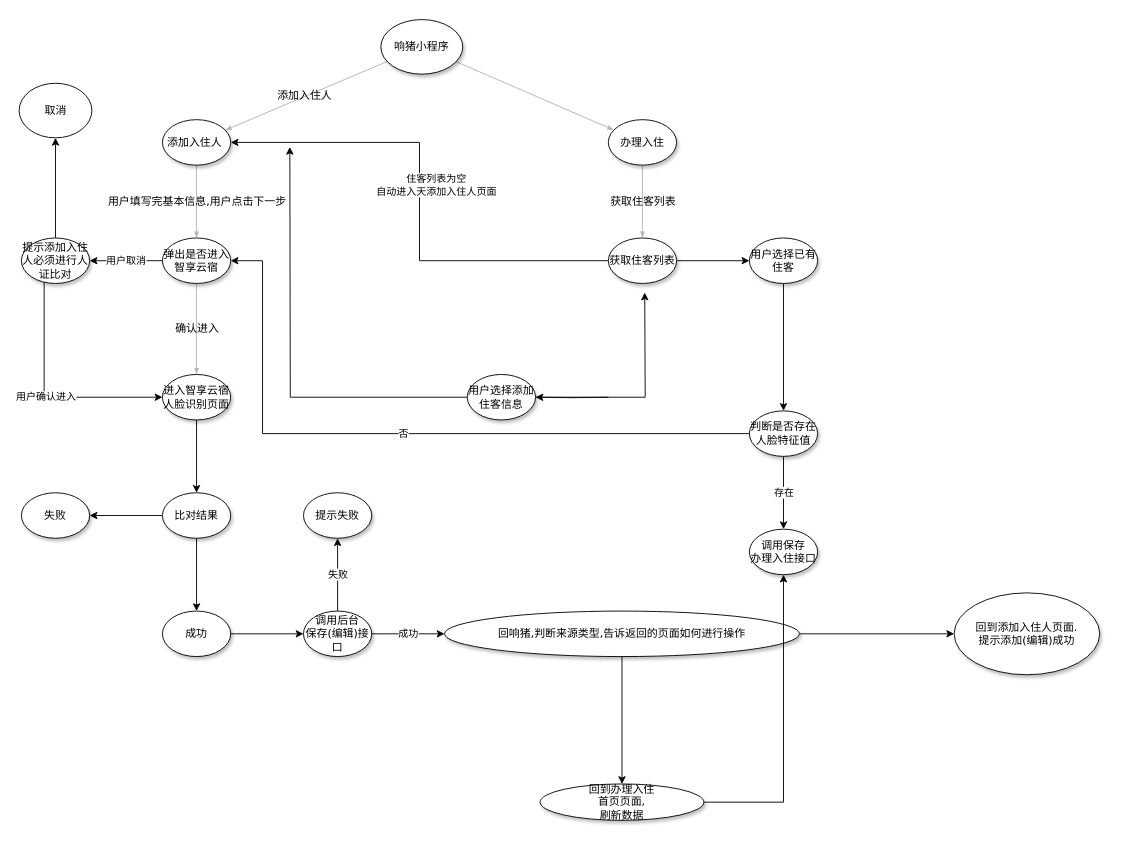
Before: Untitled Diagram.drawio in allen-wiki/Auto.Js, a draw.io diagram. Source tidied: cells renumbered, new cells numbered last; positions are measured from the earlier drawing's top-left corner, leaving out a move shared by most shapes. Both pictures are drawn from the tidied source at 91%, with x=0, y=0 at pixel (18, 19).
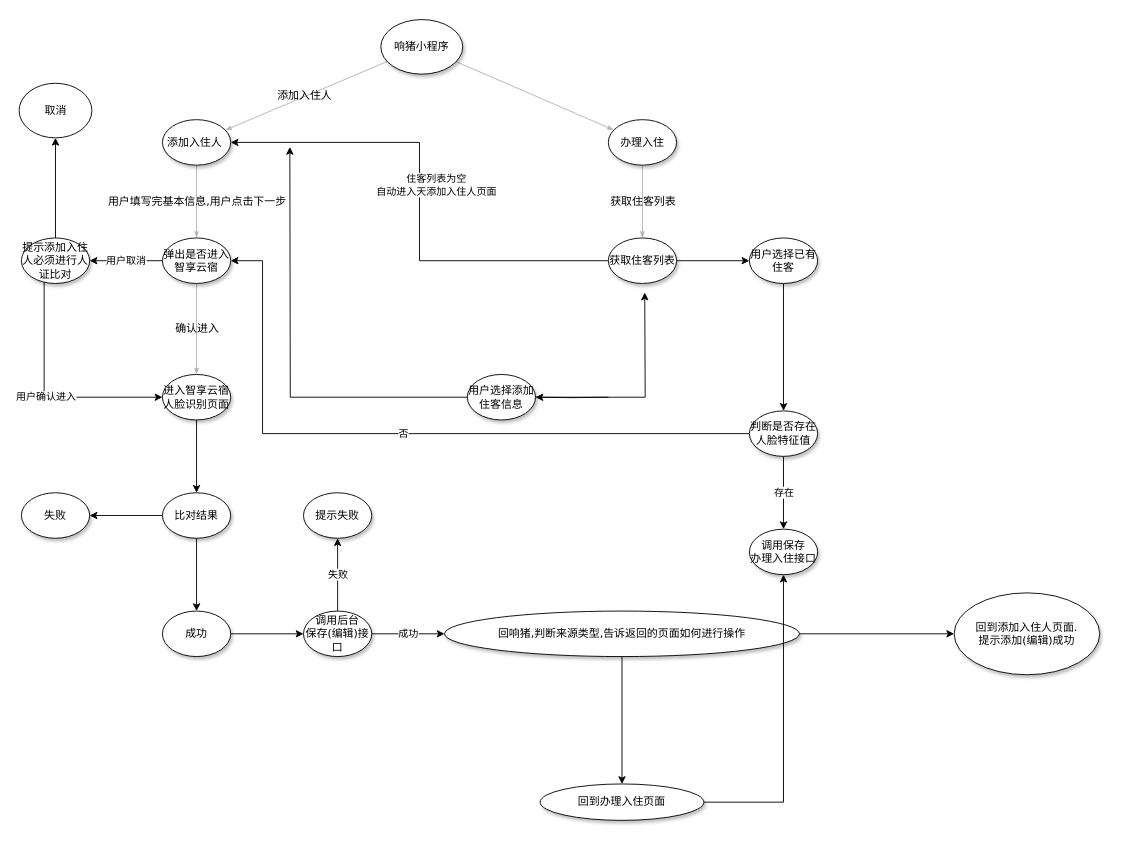
After the change.

Change to the diagram source:
```diff
@@
-    <mxCell id="45" value="回到办理入住&lt;br&gt;首页页面,&lt;br&gt;刷新数据" style="ellipse;whiteSpace=wrap;html=1;rounded=0;shadow=1;comic=0;labelBackgroundColor=none;strokeWidth=1;fontFamily=Verdana;fontSize=12;align=center;" parent="1" vertex="1">
+    <mxCell id="45" value="回到办理入住页面" style="ellipse;whiteSpace=wrap;html=1;rounded=0;shadow=1;comic=0;labelBackgroundColor=none;strokeWidth=1;fontFamily=Verdana;fontSize=12;align=center;" parent="1" vertex="1">
       <mxGeometry x="573" y="840" width="180" height="40" as="geometry" />
     </mxCell>
```
